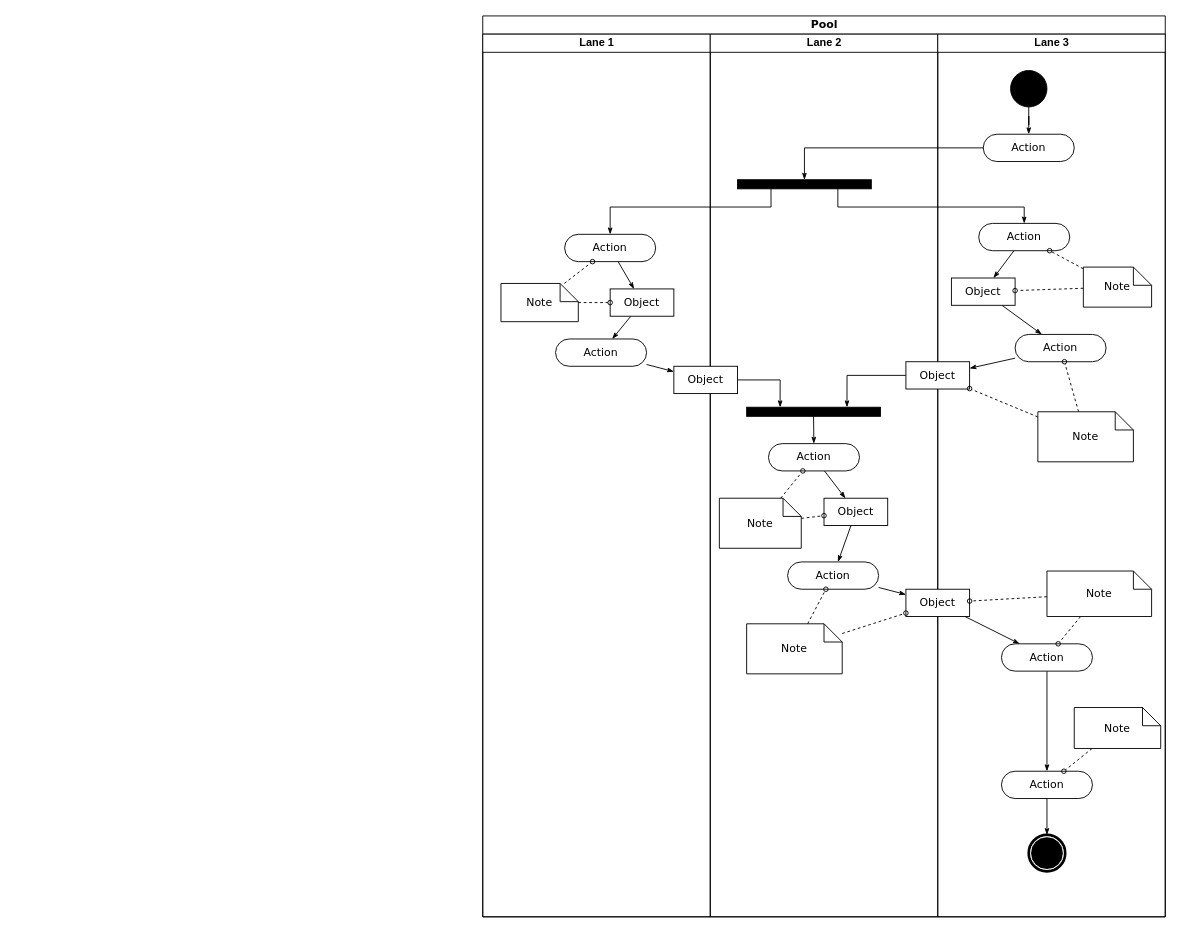
The draw.io diagram 未命名绘图.drawio in maxinimize/uml, before the edit. Source tidied: cells renumbered, new cells numbered last; positions are measured from the earlier drawing's top-left corner, leaving out a move shared by most shapes. Both pictures are drawn from the tidied source at 91%, with x=0, y=0 at pixel (482, 15).
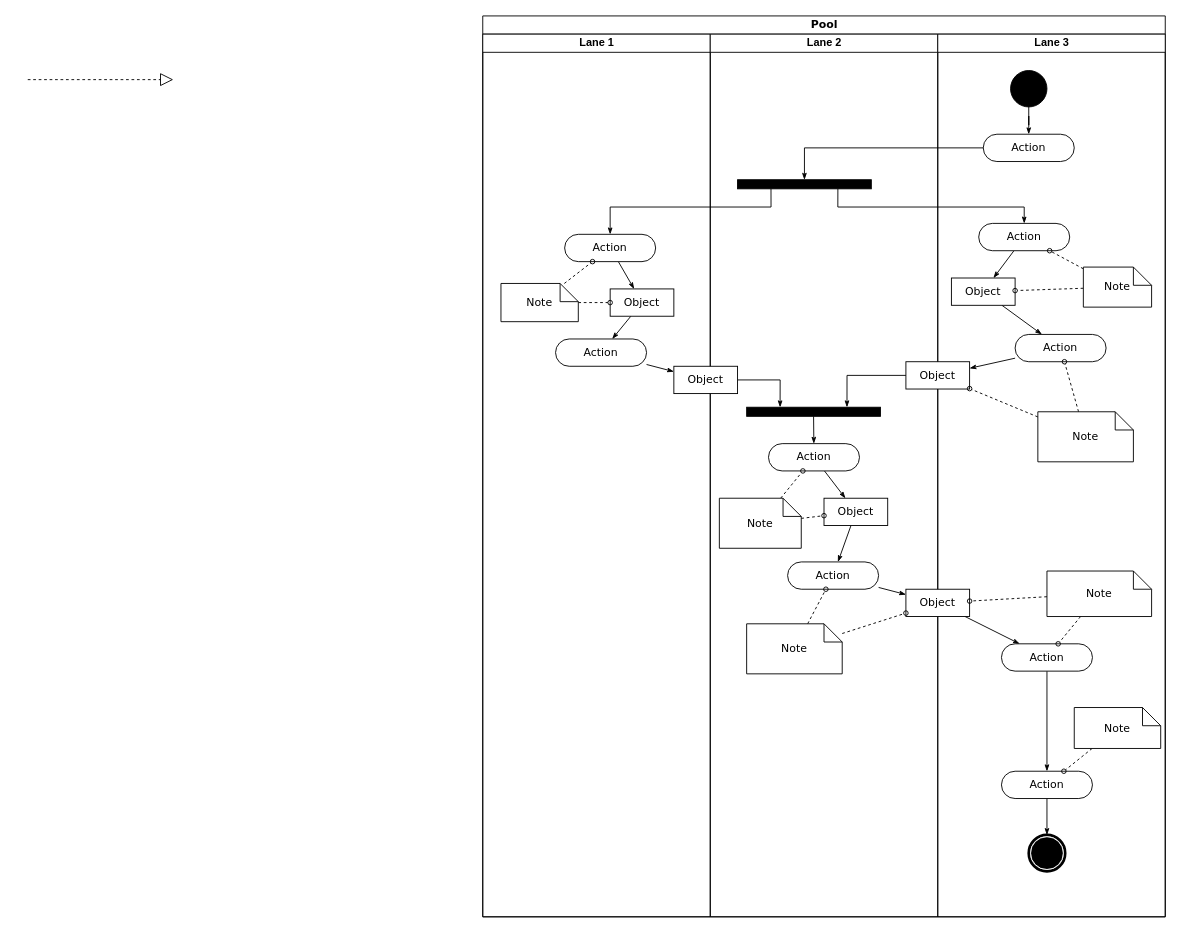
After the change.

The change refers to these unchanged cells:
```xml
<mxCell id="3" value="Lane 1" style="swimlane;html=1;startSize=20;" parent="2" vertex="1">
  <mxGeometry y="20" width="250" height="970" as="geometry" />
</mxCell>
<mxCell id="5" value="Action" style="rounded=1;whiteSpace=wrap;html=1;shadow=0;comic=0;labelBackgroundColor=none;strokeWidth=1;fontFamily=Verdana;fontSize=12;align=center;arcSize=50;" parent="3" vertex="1">
  <mxGeometry x="90" y="220" width="100" height="30" as="geometry" />
</mxCell>
<mxCell id="8" value="Object" style="rounded=0;whiteSpace=wrap;html=1;shadow=0;comic=0;labelBackgroundColor=none;strokeWidth=1;fontFamily=Verdana;fontSize=12;align=center;arcSize=50;" parent="3" vertex="1">
  <mxGeometry x="140" y="280" width="70" height="30" as="geometry" />
</mxCell>
```

Diff of the diagram source:
```diff
@@
-    <mxCell id="4" style="edgeStyle=none;rounded=0;html=1;labelBackgroundColor=none;startArrow=none;startFill=0;startSize=5;endArrow=classicThin;endFill=1;endSize=5;jettySize=auto;strokeWidth=1;fontFamily=Verdana;fontSize=12;" parent="3" edge="1" source="5" target="8">
-      <mxGeometry relative="1" as="geometry" />
+    <mxCell id="4" style="edgeStyle=none;rounded=0;html=1;labelBackgroundColor=none;startArrow=none;startFill=0;startSize=5;endArrow=classicThin;endFill=1;endSize=5;jettySize=auto;strokeWidth=1;fontFamily=Verdana;fontSize=12;" parent="3" edge="1" target="8">
+      <mxGeometry relative="1" as="geometry">
+        <mxPoint x="149" y="250" as="sourcePoint" />
+      </mxGeometry>
     </mxCell>
@@
+    <mxCell id="64" style="endArrow=block;dashed=1;endFill=0;endSize=12;html=1;rounded=0;" parent="1" edge="1">
+      <mxGeometry relative="1" as="geometry">
+        <mxPoint x="-500" y="70" as="sourcePoint" />
+        <mxPoint x="-340" y="70" as="targetPoint" />
+      </mxGeometry>
+    </mxCell>
```
